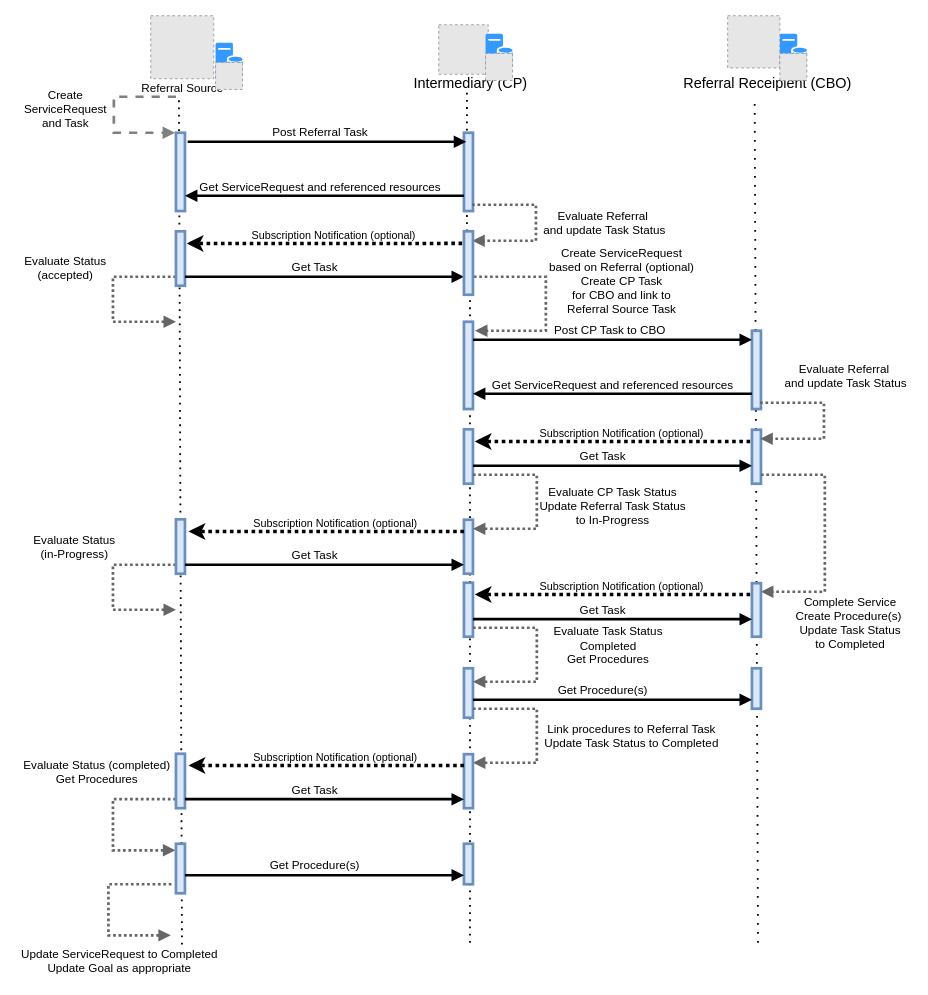
Earlier version of the draw.io diagram Images Source/DetailedIndirectReferral.drawio (HL7/fhir-sdoh-clinicalcare). Source tidied: cells renumbered, new cells numbered last; positions are measured from the earlier drawing's top-left corner, leaving out a move shared by most shapes. Both pictures are drawn from the tidied source at 90%, with x=0, y=0 at pixel (15, 15). Pictures stored in the file or linked from it are replaced by grey dashed boxes.
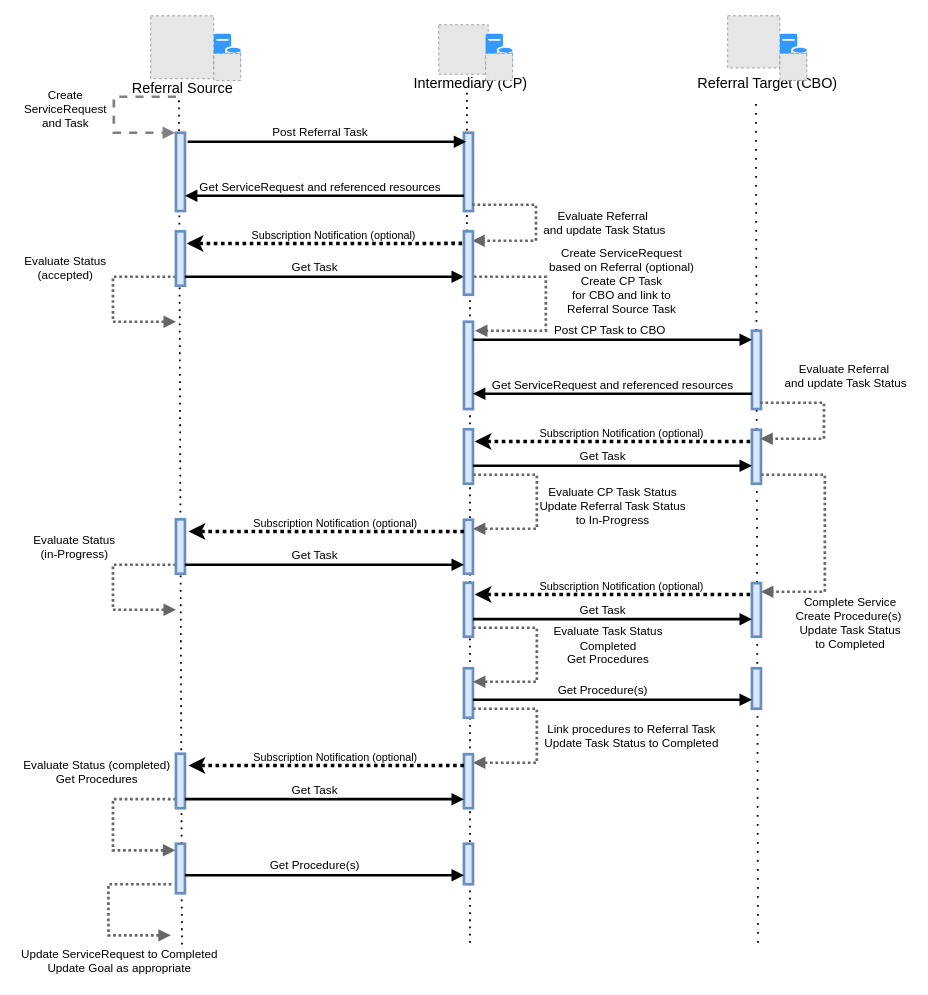
The same page after the edit.

Diff of the diagram source:
```diff
@@
-    <mxCell id="46" value="Referral Source" style="text;html=1;align=center;verticalAlign=middle;strokeColor=none;fillColor=none;fontSize=13;strokeWidth=3;" parent="1" vertex="1">
-      <mxGeometry x="130" y="70" width="110" height="20" as="geometry" />
+    <mxCell id="46" value="Referral Source" style="text;html=1;align=center;verticalAlign=middle;strokeColor=none;fillColor=none;fontSize=16;strokeWidth=3;" parent="1" vertex="1">
+      <mxGeometry x="115" y="65" width="140" height="30" as="geometry" />
     </mxCell>
@@
-    <mxCell id="49" value="Referral Receipient (CBO)" style="text;html=1;align=center;verticalAlign=middle;points=[];strokeColor=none;fillColor=none;fontSize=16;" parent="1" vertex="1">
-      <mxGeometry x="735" y="60" width="200" height="30" as="geometry" />
+    <mxCell id="49" value="Referral Target (CBO)" style="text;html=1;align=center;verticalAlign=middle;points=[];strokeColor=none;fillColor=none;fontSize=16;" parent="1" vertex="1">
+      <mxGeometry x="745" y="60" width="180" height="30" as="geometry" />
     </mxCell>
@@
     <mxCell id="65" style="group;" parent="1" vertex="1">
-      <mxGeometry x="222" y="30" width="30" height="54" as="geometry" />
+      <mxGeometry x="220" y="20" width="30" height="54" as="geometry" />
     </mxCell>
```
